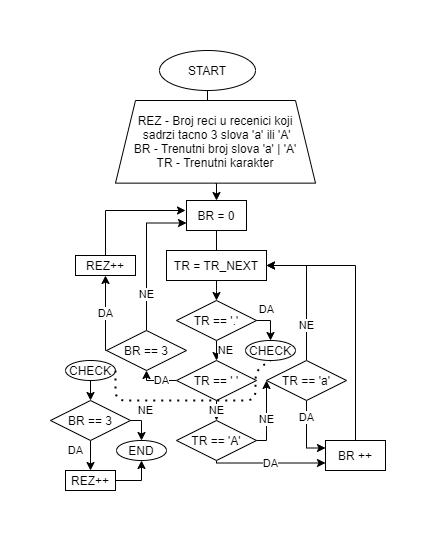
Before: Faculty of Electronic Engineering/Computer Systems/Practice Problems/September 2021/Assignment 2/Algorithm.png, a diagram exported from draw.io (sinful-asura/sinful-asura.github.io). Source tidied: cells renumbered, new cells last; positions are measured from the earlier drawing's top-left corner, leaving out a move shared by most shapes.
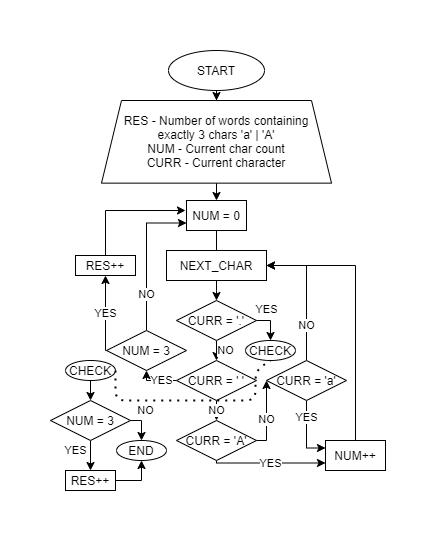
Later version of the same file.

What changed in the source:
```diff
@@ -6,7 +6,7 @@
       <mxGeometry relative="1" as="geometry" />
     </mxCell>
     <mxCell id="3" value="START" style="ellipse;whiteSpace=wrap;html=1;" parent="1" vertex="1">
-      <mxGeometry x="109" width="96" height="40" as="geometry" />
+      <mxGeometry x="118" width="96" height="40" as="geometry" />
     </mxCell>
     <mxCell id="4" style="edgeStyle=orthogonalEdgeStyle;rounded=0;jettySize=auto;html=1;startArrow=none;" parent="1" edge="1" source="23" target="9">
       <mxGeometry relative="1" as="geometry">
@@ -19,38 +19,38 @@
     <mxCell id="5" style="edgeStyle=orthogonalEdgeStyle;rounded=0;jettySize=auto;html=1;exitX=0.5;exitY=1;exitDx=0;exitDy=0;entryX=0.5;entryY=0;entryDx=0;entryDy=0;" parent="1" edge="1" source="6" target="23">
       <mxGeometry relative="1" as="geometry" />
     </mxCell>
-    <mxCell id="6" value="REZ - Broj reci u recenici koji&lt;br&gt;&amp;nbsp;sadrzi tacno 3 slova 'a' ili 'A'&lt;br&gt;BR - Trenutni broj slova 'a' | 'A'&lt;br&gt;TR - Trenutni karakter" style="shape=trapezoid;perimeter=trapezoidPerimeter;whiteSpace=wrap;html=1;fixedSize=1;" parent="1" vertex="1">
-      <mxGeometry x="65" y="50" width="200" height="82.6" as="geometry" />
+    <mxCell id="6" value="RES - Number of words containing&lt;br&gt;exactly 3 chars 'a' | 'A'&lt;br&gt;NUM - Current char count&lt;br&gt;CURR - Current character" style="shape=trapezoid;perimeter=trapezoidPerimeter;whiteSpace=wrap;html=1;fixedSize=1;" parent="1" vertex="1">
+      <mxGeometry x="51" y="50" width="230" height="82.6" as="geometry" />
     </mxCell>
-    <mxCell id="7" value="NE" style="edgeStyle=orthogonalEdgeStyle;rounded=0;jettySize=auto;html=1;exitX=0.5;exitY=1;exitDx=0;exitDy=0;entryX=0.5;entryY=0;entryDx=0;entryDy=0;" parent="1" edge="1" source="9" target="13">
+    <mxCell id="7" value="NO" style="edgeStyle=orthogonalEdgeStyle;rounded=0;jettySize=auto;html=1;exitX=0.5;exitY=1;exitDx=0;exitDy=0;entryX=0.5;entryY=0;entryDx=0;entryDy=0;" parent="1" edge="1" source="9" target="13">
       <mxGeometry y="9" relative="1" as="geometry" />
     </mxCell>
-    <mxCell id="8" value="DA" style="edgeStyle=orthogonalEdgeStyle;rounded=0;jettySize=auto;html=1;exitX=1;exitY=0.5;exitDx=0;exitDy=0;entryX=0.5;entryY=0;entryDx=0;entryDy=0;" parent="1" edge="1" source="9" target="10">
+    <mxCell id="8" value="YES" style="edgeStyle=orthogonalEdgeStyle;rounded=0;jettySize=auto;html=1;exitX=1;exitY=0.5;exitDx=0;exitDy=0;entryX=0.5;entryY=0;entryDx=0;entryDy=0;" parent="1" edge="1" source="9" target="10">
       <mxGeometry x="-0.43" y="11" relative="1" as="geometry" />
     </mxCell>
-    <mxCell id="9" value="TR == '.'" style="rhombus;whiteSpace=wrap;html=1;" parent="1" vertex="1">
+    <mxCell id="9" value="CURR = '.'" style="rhombus;whiteSpace=wrap;html=1;" parent="1" vertex="1">
       <mxGeometry x="126" y="250" width="80" height="40" as="geometry" />
     </mxCell>
     <mxCell id="10" value="CHECK" style="ellipse;whiteSpace=wrap;html=1;" parent="1" vertex="1">
       <mxGeometry x="195" y="290" width="50" height="20" as="geometry" />
     </mxCell>
-    <mxCell id="11" value="NE" style="edgeStyle=orthogonalEdgeStyle;rounded=0;jettySize=auto;html=1;exitX=0.5;exitY=1;exitDx=0;exitDy=0;entryX=0.5;entryY=0;entryDx=0;entryDy=0;" parent="1" edge="1" source="13" target="17">
+    <mxCell id="11" value="NO" style="edgeStyle=orthogonalEdgeStyle;rounded=0;jettySize=auto;html=1;exitX=0.5;exitY=1;exitDx=0;exitDy=0;entryX=0.5;entryY=0;entryDx=0;entryDy=0;" parent="1" edge="1" source="13" target="17">
       <mxGeometry relative="1" as="geometry" />
     </mxCell>
-    <mxCell id="12" value="DA" style="edgeStyle=orthogonalEdgeStyle;rounded=0;jettySize=auto;html=1;exitX=0;exitY=0.5;exitDx=0;exitDy=0;entryX=0.5;entryY=1;entryDx=0;entryDy=0;" parent="1" edge="1" source="13" target="26">
+    <mxCell id="12" value="YES" style="edgeStyle=orthogonalEdgeStyle;rounded=0;jettySize=auto;html=1;exitX=0;exitY=0.5;exitDx=0;exitDy=0;entryX=0.5;entryY=1;entryDx=0;entryDy=0;" parent="1" edge="1" source="13" target="26">
       <mxGeometry x="-0.24" relative="1" as="geometry">
         <Array as="points">
           <mxPoint x="96" y="330" />
         </Array>
       </mxGeometry>
     </mxCell>
-    <mxCell id="13" value="TR == ' '" style="rhombus;whiteSpace=wrap;html=1;" parent="1" vertex="1">
+    <mxCell id="13" value="CURR = ' '" style="rhombus;whiteSpace=wrap;html=1;" parent="1" vertex="1">
       <mxGeometry x="126" y="310" width="80" height="40" as="geometry" />
     </mxCell>
-    <mxCell id="14" value="TR = TR_NEXT" style="rounded=0;whiteSpace=wrap;html=1;" parent="1" vertex="1">
+    <mxCell id="14" value="NEXT_CHAR" style="rounded=0;whiteSpace=wrap;html=1;" parent="1" vertex="1">
       <mxGeometry x="116" y="200" width="100" height="30" as="geometry" />
     </mxCell>
-    <mxCell id="15" value="DA" style="edgeStyle=orthogonalEdgeStyle;rounded=0;jettySize=auto;html=1;exitX=0.5;exitY=1;exitDx=0;exitDy=0;entryX=0;entryY=0.75;entryDx=0;entryDy=0;" parent="1" edge="1" source="17" target="19">
+    <mxCell id="15" value="YES" style="edgeStyle=orthogonalEdgeStyle;rounded=0;jettySize=auto;html=1;exitX=0.5;exitY=1;exitDx=0;exitDy=0;entryX=0;entryY=0.75;entryDx=0;entryDy=0;" parent="1" edge="1" source="17" target="19">
       <mxGeometry relative="1" as="geometry">
         <Array as="points">
           <mxPoint x="166" y="413" />
@@ -58,14 +58,14 @@
         </Array>
       </mxGeometry>
     </mxCell>
-    <mxCell id="16" value="NE" style="edgeStyle=orthogonalEdgeStyle;rounded=0;jettySize=auto;html=1;exitX=1;exitY=0.5;exitDx=0;exitDy=0;entryX=0;entryY=0.5;entryDx=0;entryDy=0;" parent="1" edge="1" source="17" target="22">
+    <mxCell id="16" value="NO" style="edgeStyle=orthogonalEdgeStyle;rounded=0;jettySize=auto;html=1;exitX=1;exitY=0.5;exitDx=0;exitDy=0;entryX=0;entryY=0.5;entryDx=0;entryDy=0;" parent="1" edge="1" source="17" target="22">
       <mxGeometry x="-0.1" relative="1" as="geometry">
         <Array as="points">
           <mxPoint x="216" y="390" />
         </Array>
       </mxGeometry>
     </mxCell>
-    <mxCell id="17" value="TR == 'A'" style="rhombus;whiteSpace=wrap;html=1;" parent="1" vertex="1">
+    <mxCell id="17" value="CURR = 'A'" style="rhombus;whiteSpace=wrap;html=1;" parent="1" vertex="1">
       <mxGeometry x="126" y="370" width="80" height="40" as="geometry" />
     </mxCell>
     <mxCell id="18" style="edgeStyle=orthogonalEdgeStyle;rounded=0;jettySize=auto;html=1;exitX=0.5;exitY=0;exitDx=0;exitDy=0;entryX=1;entryY=0.5;entryDx=0;entryDy=0;" parent="1" edge="1" source="19" target="14">
@@ -76,36 +76,36 @@
         </Array>
       </mxGeometry>
     </mxCell>
-    <mxCell id="19" value="BR ++" style="rounded=0;whiteSpace=wrap;html=1;" parent="1" vertex="1">
+    <mxCell id="19" value="NUM++" style="rounded=0;whiteSpace=wrap;html=1;" parent="1" vertex="1">
       <mxGeometry x="275" y="390" width="60" height="30" as="geometry" />
     </mxCell>
-    <mxCell id="20" value="DA" style="edgeStyle=orthogonalEdgeStyle;rounded=0;jettySize=auto;html=1;exitX=0.5;exitY=1;exitDx=0;exitDy=0;entryX=0;entryY=0.25;entryDx=0;entryDy=0;" parent="1" edge="1" source="22" target="19">
+    <mxCell id="20" value="YES" style="edgeStyle=orthogonalEdgeStyle;rounded=0;jettySize=auto;html=1;exitX=0.5;exitY=1;exitDx=0;exitDy=0;entryX=0;entryY=0.25;entryDx=0;entryDy=0;" parent="1" edge="1" source="22" target="19">
       <mxGeometry x="-0.48" relative="1" as="geometry">
         <Array as="points">
           <mxPoint x="256" y="398" />
         </Array>
       </mxGeometry>
     </mxCell>
-    <mxCell id="21" value="NE" style="edgeStyle=orthogonalEdgeStyle;rounded=0;jettySize=auto;html=1;exitX=0.5;exitY=0;exitDx=0;exitDy=0;entryX=1;entryY=0.5;entryDx=0;entryDy=0;" parent="1" edge="1" source="22" target="14">
+    <mxCell id="21" value="NO" style="edgeStyle=orthogonalEdgeStyle;rounded=0;jettySize=auto;html=1;exitX=0.5;exitY=0;exitDx=0;exitDy=0;entryX=1;entryY=0.5;entryDx=0;entryDy=0;" parent="1" edge="1" source="22" target="14">
       <mxGeometry x="-0.48" relative="1" as="geometry" />
     </mxCell>
-    <mxCell id="22" value="TR == 'a'" style="rhombus;whiteSpace=wrap;html=1;" parent="1" vertex="1">
+    <mxCell id="22" value="CURR = 'a'" style="rhombus;whiteSpace=wrap;html=1;" parent="1" vertex="1">
       <mxGeometry x="216" y="310" width="80" height="40" as="geometry" />
     </mxCell>
-    <mxCell id="23" value="BR = 0" style="rounded=0;whiteSpace=wrap;html=1;" parent="1" vertex="1">
+    <mxCell id="23" value="NUM&amp;nbsp;= 0" style="rounded=0;whiteSpace=wrap;html=1;" parent="1" vertex="1">
       <mxGeometry x="136" y="150" width="60" height="30" as="geometry" />
     </mxCell>
-    <mxCell id="24" value="NE" style="edgeStyle=orthogonalEdgeStyle;rounded=0;jettySize=auto;html=1;exitX=0.5;exitY=0;exitDx=0;exitDy=0;entryX=0;entryY=0.75;entryDx=0;entryDy=0;" parent="1" edge="1" source="26" target="23">
+    <mxCell id="24" value="NO" style="edgeStyle=orthogonalEdgeStyle;rounded=0;jettySize=auto;html=1;exitX=0.5;exitY=0;exitDx=0;exitDy=0;entryX=0;entryY=0.75;entryDx=0;entryDy=0;" parent="1" edge="1" source="26" target="23">
       <mxGeometry x="-0.52" relative="1" as="geometry" />
     </mxCell>
-    <mxCell id="25" value="DA" style="edgeStyle=orthogonalEdgeStyle;rounded=0;jettySize=auto;html=1;exitX=0;exitY=0.5;exitDx=0;exitDy=0;entryX=0.5;entryY=1;entryDx=0;entryDy=0;" parent="1" edge="1" source="26" target="28">
+    <mxCell id="25" value="YES" style="edgeStyle=orthogonalEdgeStyle;rounded=0;jettySize=auto;html=1;exitX=0;exitY=0.5;exitDx=0;exitDy=0;entryX=0.5;entryY=1;entryDx=0;entryDy=0;" parent="1" edge="1" source="26" target="28">
       <mxGeometry relative="1" as="geometry">
         <Array as="points">
           <mxPoint x="55" y="300" />
         </Array>
       </mxGeometry>
     </mxCell>
-    <mxCell id="26" value="BR == 3" style="rhombus;whiteSpace=wrap;html=1;" parent="1" vertex="1">
+    <mxCell id="26" value="NUM = 3" style="rhombus;whiteSpace=wrap;html=1;" parent="1" vertex="1">
       <mxGeometry x="56" y="280" width="80" height="40" as="geometry" />
     </mxCell>
     <mxCell id="27" style="edgeStyle=orthogonalEdgeStyle;rounded=0;jettySize=auto;html=1;exitX=0.5;exitY=0;exitDx=0;exitDy=0;" parent="1" edge="1" source="28">
@@ -116,7 +116,7 @@
         </Array>
       </mxGeometry>
     </mxCell>
-    <mxCell id="28" value="REZ++" style="rounded=0;whiteSpace=wrap;html=1;" parent="1" vertex="1">
+    <mxCell id="28" value="RES++" style="rounded=0;whiteSpace=wrap;html=1;" parent="1" vertex="1">
       <mxGeometry x="25" y="205" width="60" height="20" as="geometry" />
     </mxCell>
     <mxCell id="29" style="edgeStyle=orthogonalEdgeStyle;rounded=0;jettySize=auto;html=1;exitX=0.5;exitY=1;exitDx=0;exitDy=0;entryX=0.5;entryY=0;entryDx=0;entryDy=0;" parent="1" edge="1" source="30" target="36">
@@ -131,18 +131,18 @@
     <mxCell id="32" style="edgeStyle=orthogonalEdgeStyle;rounded=0;jettySize=auto;html=1;exitX=1;exitY=0.5;exitDx=0;exitDy=0;entryX=0.5;entryY=1;entryDx=0;entryDy=0;" parent="1" edge="1" source="33" target="31">
       <mxGeometry relative="1" as="geometry" />
     </mxCell>
-    <mxCell id="33" value="REZ++" style="rounded=0;whiteSpace=wrap;html=1;" parent="1" vertex="1">
+    <mxCell id="33" value="RES++" style="rounded=0;whiteSpace=wrap;html=1;" parent="1" vertex="1">
       <mxGeometry x="15" y="420" width="50" height="20" as="geometry" />
     </mxCell>
-    <mxCell id="34" value="DA" style="edgeStyle=orthogonalEdgeStyle;rounded=0;jettySize=auto;html=1;exitX=0.5;exitY=1;exitDx=0;exitDy=0;entryX=0.5;entryY=0;entryDx=0;entryDy=0;" parent="1" edge="1" source="36" target="33">
+    <mxCell id="34" value="YES" style="edgeStyle=orthogonalEdgeStyle;rounded=0;jettySize=auto;html=1;exitX=0.5;exitY=1;exitDx=0;exitDy=0;entryX=0.5;entryY=0;entryDx=0;entryDy=0;" parent="1" edge="1" source="36" target="33">
       <mxGeometry x="-0.33" y="-15" relative="1" as="geometry" />
     </mxCell>
-    <mxCell id="35" value="NE" style="edgeStyle=orthogonalEdgeStyle;rounded=0;jettySize=auto;html=1;exitX=1;exitY=0.5;exitDx=0;exitDy=0;entryX=0.5;entryY=0;entryDx=0;entryDy=0;" parent="1" edge="1" source="36" target="31">
+    <mxCell id="35" value="NO" style="edgeStyle=orthogonalEdgeStyle;rounded=0;jettySize=auto;html=1;exitX=1;exitY=0.5;exitDx=0;exitDy=0;entryX=0.5;entryY=0;entryDx=0;entryDy=0;" parent="1" edge="1" source="36" target="31">
       <mxGeometry x="-0.29" y="11" relative="1" as="geometry">
         <mxPoint x="-7" y="-10" as="offset" />
       </mxGeometry>
     </mxCell>
-    <mxCell id="36" value="BR == 3" style="rhombus;whiteSpace=wrap;html=1;" parent="1" vertex="1">
+    <mxCell id="36" value="NUM = 3" style="rhombus;whiteSpace=wrap;html=1;" parent="1" vertex="1">
       <mxGeometry y="350" width="80" height="40" as="geometry" />
     </mxCell>
     <mxCell id="37" style="endArrow=none;dashed=1;html=1;dashPattern=1 3;strokeWidth=2;exitX=1;exitY=0.5;exitDx=0;exitDy=0;entryX=0.5;entryY=1;entryDx=0;entryDy=0;" parent="1" edge="1" source="30" target="10">
```
